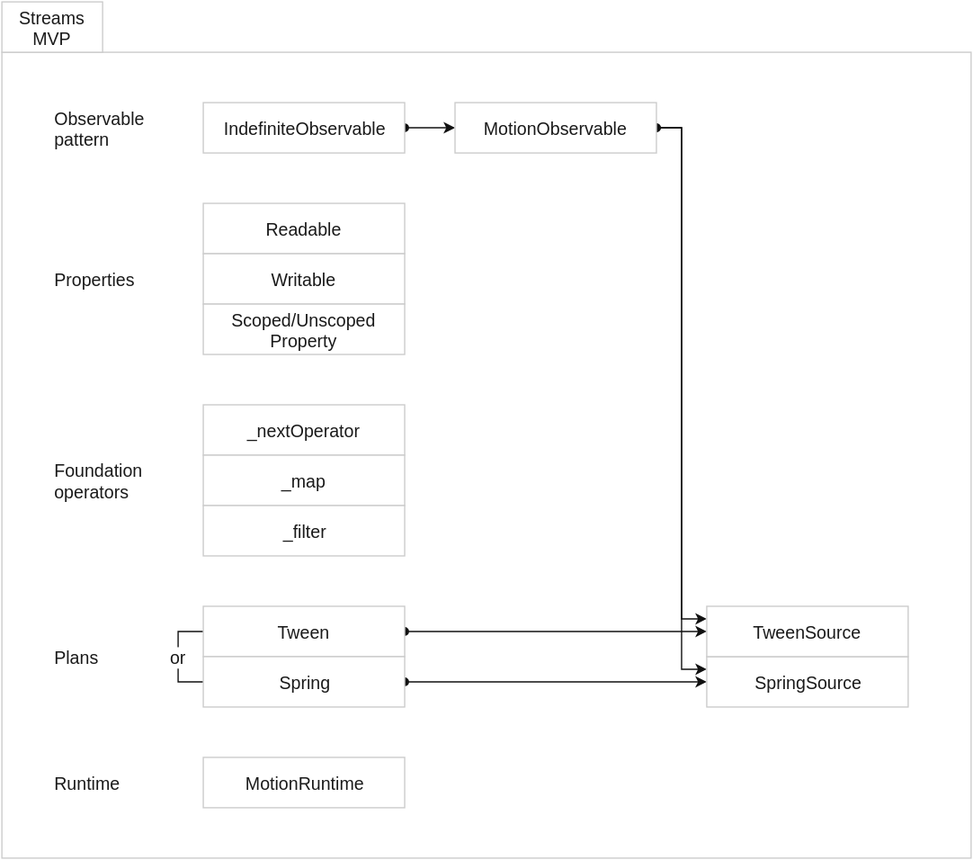
material-motion/material-motion keeps this draw.io diagram as assets/tech-tree-features.svg. Above is the earlier version. Source tidied: cells renumbered, new cells last; positions are measured from the earlier drawing's top-left corner, leaving out a move shared by most shapes.
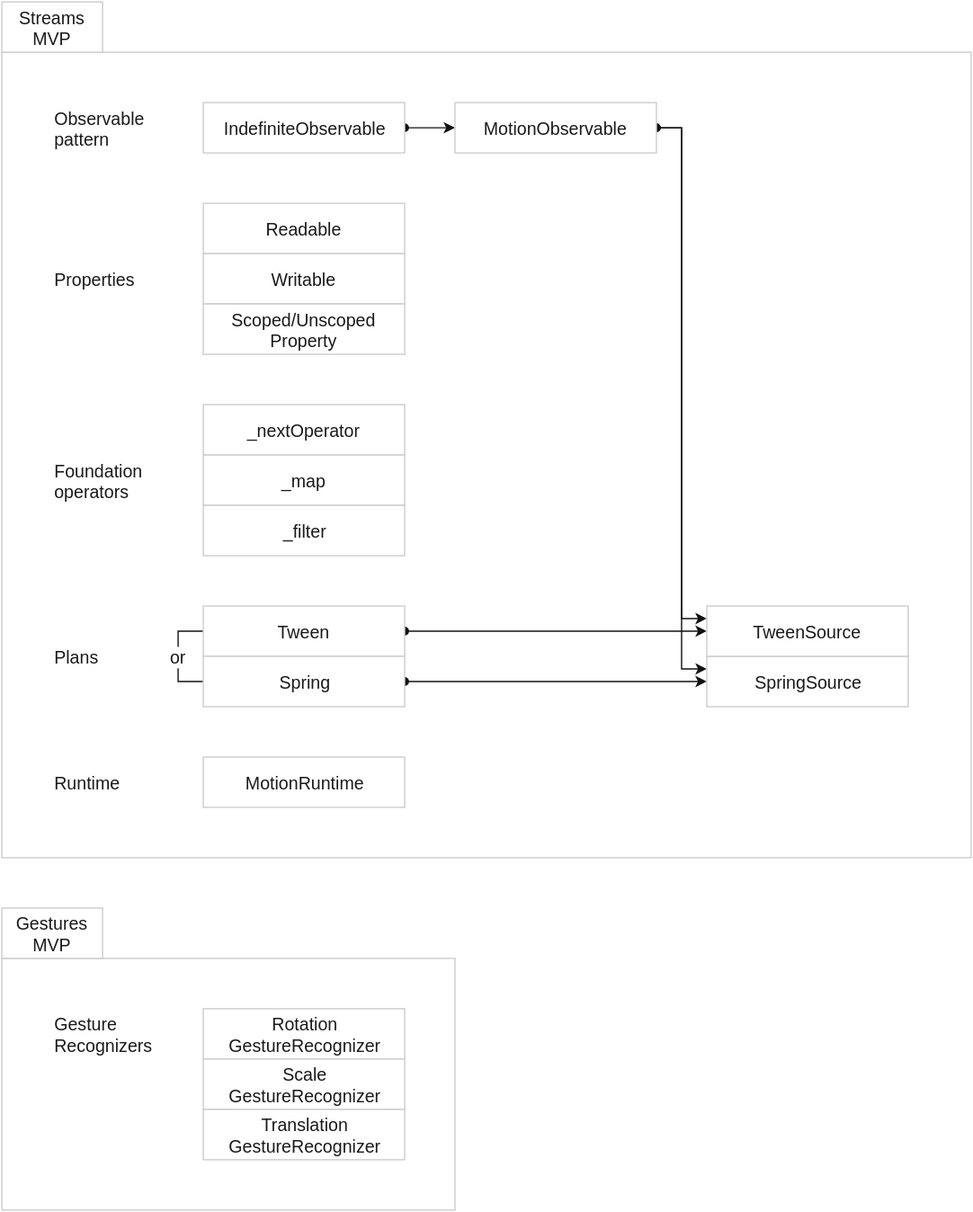
After the commit.

Diff of the diagram source:
```diff
@@ -80,5 +80,23 @@
     <mxCell id="27" value="&lt;span&gt;Streams MVP&lt;/span&gt;" style="whiteSpace=wrap;html=1;labelBackgroundColor=none;strokeColor=#CCCCCC;strokeWidth=1;fillColor=#FFFFFF;gradientColor=none;fontFamily=Helvetica;fontSize=14;fontColor=#1A1A1A;align=center;" parent="1" vertex="1">
       <mxGeometry width="80" height="40" as="geometry" />
     </mxCell>
+    <mxCell id="28" style="whiteSpace=wrap;html=1;labelBackgroundColor=none;strokeColor=#CCCCCC;strokeWidth=1;fillColor=#FFFFFF;gradientColor=none;fontFamily=Helvetica;fontSize=14;fontColor=#1A1A1A;align=center;" parent="1" vertex="1">
+      <mxGeometry y="760" width="360" height="200" as="geometry" />
+    </mxCell>
+    <mxCell id="29" value="Rotation&lt;div&gt;GestureRecognizer&lt;/div&gt;" style="whiteSpace=wrap;html=1;labelBackgroundColor=none;strokeColor=#CCCCCC;strokeWidth=1;fillColor=#FFFFFF;gradientColor=none;fontFamily=Helvetica;fontSize=14;fontColor=#1A1A1A;align=center;" parent="1" vertex="1">
+      <mxGeometry x="160" y="800" width="160" height="40" as="geometry" />
+    </mxCell>
+    <mxCell id="30" value="Gesture Recognizers" style="text;html=1;strokeColor=none;fillColor=none;align=left;verticalAlign=middle;whiteSpace=wrap;labelBackgroundColor=none;fontFamily=Helvetica;fontSize=14;fontColor=#1A1A1A;" parent="1" vertex="1">
+      <mxGeometry x="40" y="800" width="80" height="40" as="geometry" />
+    </mxCell>
+    <mxCell id="31" value="Gestures MVP" style="whiteSpace=wrap;html=1;labelBackgroundColor=none;strokeColor=#CCCCCC;strokeWidth=1;fillColor=#FFFFFF;gradientColor=none;fontFamily=Helvetica;fontSize=14;fontColor=#1A1A1A;align=center;" parent="1" vertex="1">
+      <mxGeometry y="720" width="80" height="40" as="geometry" />
+    </mxCell>
+    <mxCell id="32" value="Scale&lt;div&gt;GestureRecognizer&lt;/div&gt;" style="whiteSpace=wrap;html=1;labelBackgroundColor=none;strokeColor=#CCCCCC;strokeWidth=1;fillColor=#FFFFFF;gradientColor=none;fontFamily=Helvetica;fontSize=14;fontColor=#1A1A1A;align=center;" parent="1" vertex="1">
+      <mxGeometry x="160" y="840" width="160" height="40" as="geometry" />
+    </mxCell>
+    <mxCell id="33" value="Translation&lt;div&gt;GestureRecognizer&lt;/div&gt;" style="whiteSpace=wrap;html=1;labelBackgroundColor=none;strokeColor=#CCCCCC;strokeWidth=1;fillColor=#FFFFFF;gradientColor=none;fontFamily=Helvetica;fontSize=14;fontColor=#1A1A1A;align=center;" parent="1" vertex="1">
+      <mxGeometry x="160" y="880" width="160" height="40" as="geometry" />
+    </mxCell>
   </root>
 </mxGraphModel>
```
